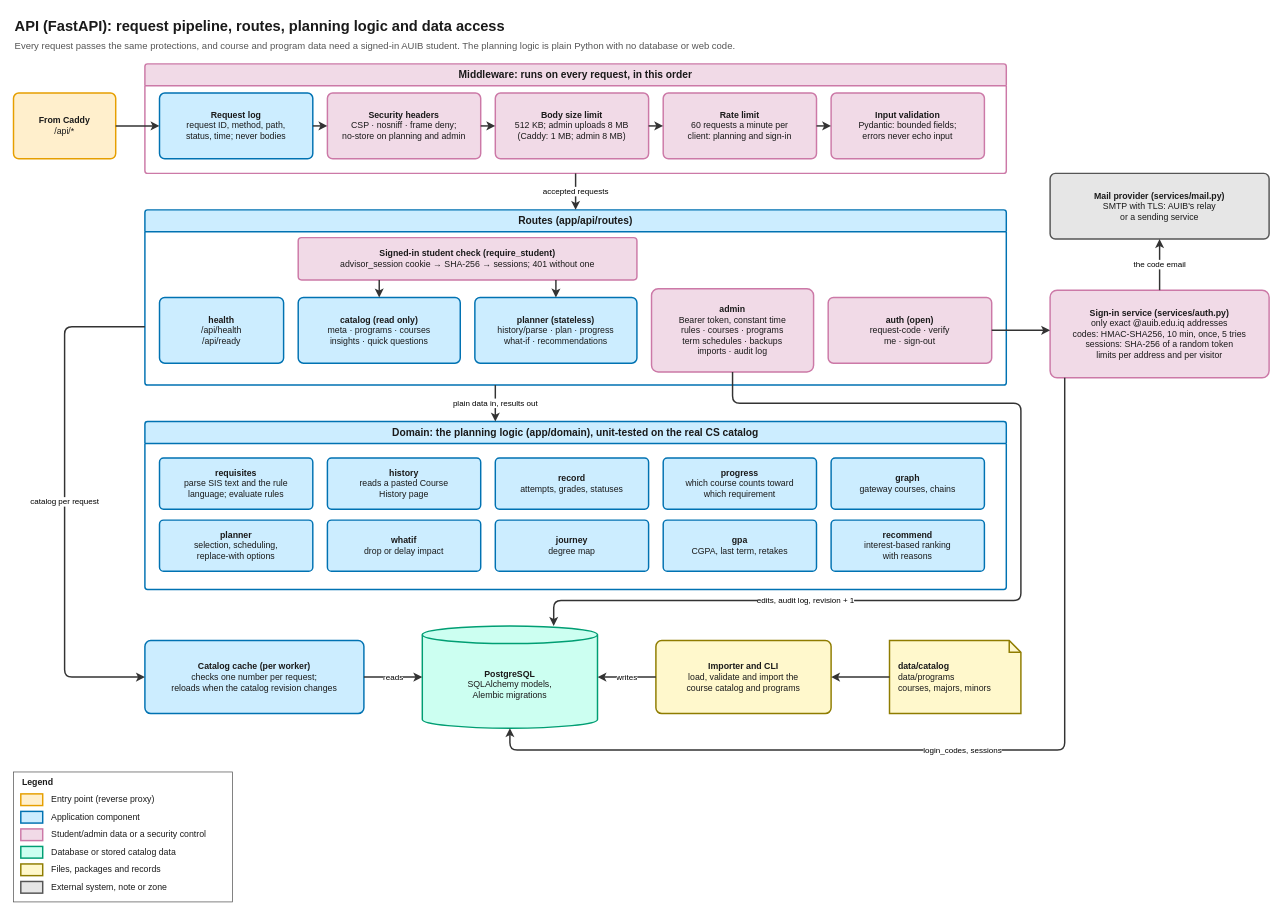
Earlier version of the draw.io diagram docs/diagrams/03-api.drawio (zaniixx/AUIB-Academic-Advisor). Source tidied: cells renumbered, new cells numbered last; positions are measured from the earlier drawing's top-left corner, leaving out a move shared by most shapes. Both pictures are drawn from the tidied source at 73%, with x=0, y=0 at pixel (13, 12).
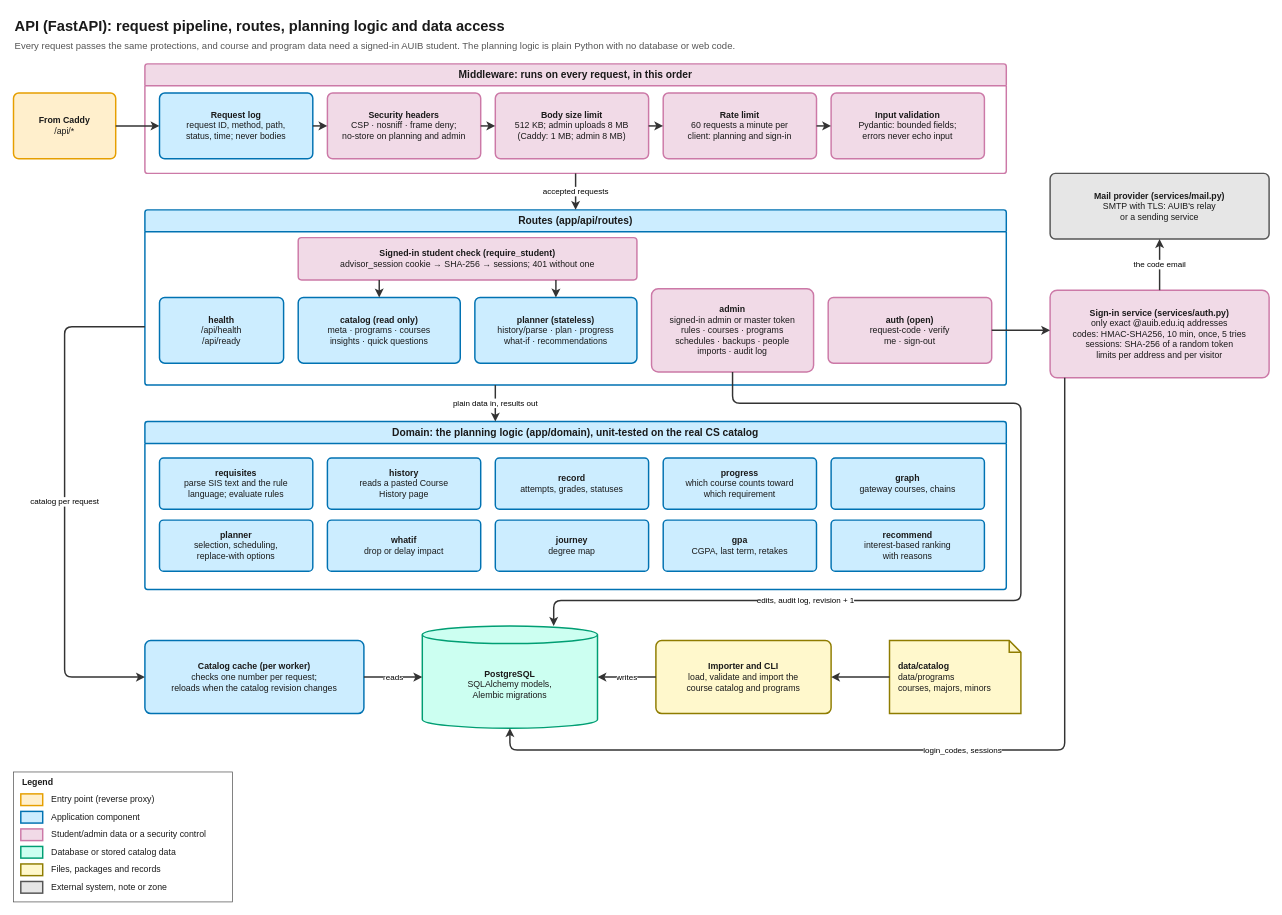
Above is the later version.

Unchanged cells that the change refers to:
```xml
<mxCell id="15" value="Routes (app/api/routes)" style="swimlane;startSize=30;html=1;whiteSpace=wrap;fillColor=#ccedff;strokeColor=#0072b2;swimlaneFillColor=#ffffff;fontColor=#1a1a1a;fontFamily=Helvetica;fontSize=14;fontStyle=1;strokeWidth=2;rounded=1;arcSize=4;" parent="1" vertex="1">
  <mxGeometry x="180" y="270" width="1180" height="240" as="geometry" />
</mxCell>
```

What changed in the source:
```diff
@@
-    <mxCell id="20" value="&lt;b&gt;admin&lt;/b&gt;&lt;br&gt;Bearer token, constant time&lt;br&gt;rules · courses · programs&lt;br&gt;term schedules · backups&lt;br&gt;imports · audit log" style="rounded=1;arcSize=8;whiteSpace=wrap;html=1;fillColor=#f1dae7;strokeColor=#cc79a7;fontColor=#1a1a1a;fontFamily=Helvetica;fontSize=12;strokeWidth=2;verticalAlign=middle;" parent="15" vertex="1">
+    <mxCell id="20" value="&lt;b&gt;admin&lt;/b&gt;&lt;br&gt;signed-in admin or master token&lt;br&gt;rules · courses · programs&lt;br&gt;schedules · backups · people&lt;br&gt;imports · audit log" style="rounded=1;arcSize=8;whiteSpace=wrap;html=1;fillColor=#f1dae7;strokeColor=#cc79a7;fontColor=#1a1a1a;fontFamily=Helvetica;fontSize=12;strokeWidth=2;verticalAlign=middle;" parent="15" vertex="1">
       <mxGeometry x="694" y="108" width="222" height="114" as="geometry" />
     </mxCell>
```
